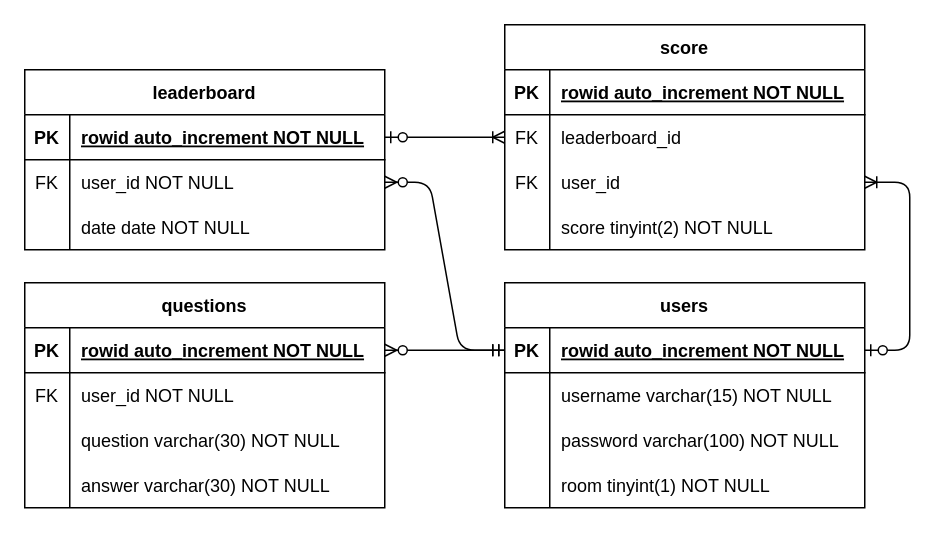
The draw.io diagram evidence/databasePlanning.drawio in hdert/python-dungeons, before the edit. Source tidied: cells renumbered, new cells numbered last; positions are measured from the earlier drawing's top-left corner, leaving out a move shared by most shapes. Both pictures are drawn from the tidied source at 150%, with x=0, y=0 at pixel (24, 24).
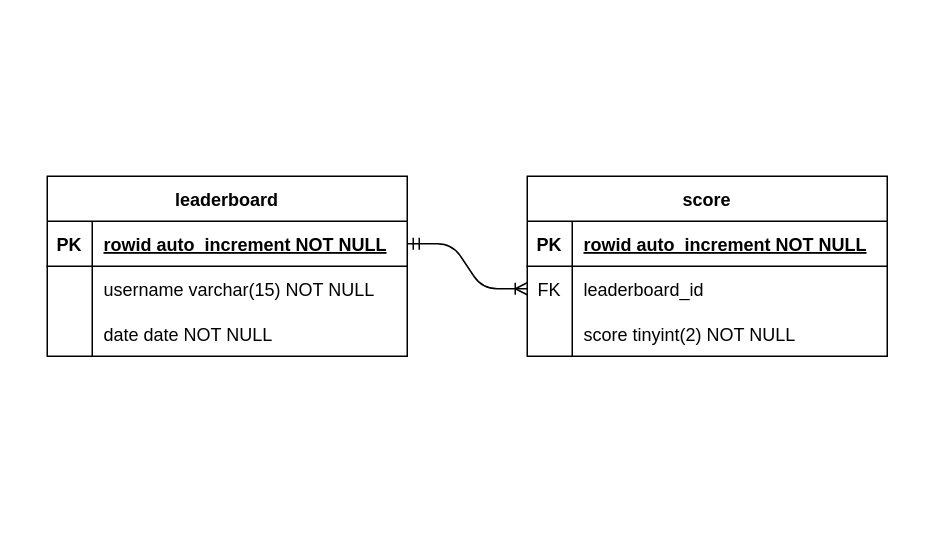
The same diagram, later.

Commit message (it also covers changes not shown here):
do database planning

The change refers to these unchanged cells:
```xml
<mxCell id="46" style="shape=partialRectangle;fillColor=none;top=0;left=0;bottom=1;right=0;points=[[0,0.5],[1,0.5]];portConstraint=eastwest;" parent="45" vertex="1">
  <mxGeometry y="30" width="240" height="30" as="geometry" />
</mxCell>
<mxCell id="49" style="shape=partialRectangle;fillColor=none;top=0;left=0;bottom=0;right=0;points=[[0,0.5],[1,0.5]];portConstraint=eastwest;" parent="45" vertex="1">
  <mxGeometry y="60" width="240" height="30" as="geometry" />
</mxCell>
```

Change to the diagram source:
```diff
@@
-    <mxCell id="2" style="edgeStyle=entityRelationEdgeStyle;fontSize=12;html=1;endArrow=ERzeroToMany;startArrow=ERmandOne;" parent="1" edge="1" source="20" target="49">
-      <mxGeometry relative="1" as="geometry" />
-    </mxCell>
-    <mxCell id="3" style="edgeStyle=entityRelationEdgeStyle;fontSize=12;html=1;endArrow=ERzeroToMany;startArrow=ERmandOne;" parent="1" edge="1" source="20" target="33">
-      <mxGeometry relative="1" as="geometry" />
-    </mxCell>
-    <mxCell id="4" style="edgeStyle=entityRelationEdgeStyle;fontSize=12;html=1;endArrow=ERoneToMany;startArrow=ERzeroToOne;endFill=0;rounded=1;jumpStyle=none;startFill=1;" parent="1" edge="1" source="20" target="13">
-      <mxGeometry relative="1" as="geometry" />
-    </mxCell>
-    <mxCell id="5" style="edgeStyle=entityRelationEdgeStyle;fontSize=12;html=1;endArrow=ERoneToMany;startArrow=ERzeroToOne;endFill=0;startFill=1;" parent="1" edge="1" source="46" target="10">
+    <mxCell id="5" style="edgeStyle=entityRelationEdgeStyle;fontSize=12;html=1;endArrow=ERoneToMany;startArrow=ERmandOne;endFill=0;startFill=0;" parent="1" edge="1" source="46" target="10">
       <mxGeometry relative="1" as="geometry" />
     </mxCell>
-    <mxCell id="6" value="score" style="shape=table;startSize=30;childLayout=tableLayout;rowLines=0;fontStyle=1;align=center;" parent="1" vertex="1">
-      <mxGeometry x="320" width="240" height="150" as="geometry" />
-    </mxCell>
-    <mxCell id="7" style="shape=partialRectangle;fillColor=none;top=0;left=0;bottom=1;right=0;" parent="6" vertex="1">
-      <mxGeometry y="30" width="240" height="30" as="geometry" />
-    </mxCell>
-    <mxCell id="8" value="PK" style="shape=partialRectangle;fillColor=none;top=0;left=0;bottom=0;right=0;fontStyle=1;overflow=hidden;" parent="7" vertex="1">
-      <mxGeometry width="30" height="30" as="geometry" />
-    </mxCell>
-    <mxCell id="9" value="rowid auto_increment NOT NULL" style="shape=partialRectangle;fillColor=none;top=0;left=0;bottom=0;right=0;align=left;spacingLeft=6;fontStyle=5;overflow=hidden;" parent="7" vertex="1">
-      <mxGeometry x="30" width="210" height="30" as="geometry" />
-    </mxCell>
-    <mxCell id="10" style="shape=partialRectangle;fillColor=none;top=0;left=0;bottom=0;right=0;points=[[0,0.5],[1,0.5]];portConstraint=eastwest;" parent="6" vertex="1">
-      <mxGeometry y="60" width="240" height="30" as="geometry" />
-    </mxCell>
-    <mxCell id="11" value="FK" style="shape=partialRectangle;fillColor=none;top=0;left=0;bottom=0;right=0;overflow=hidden;" parent="10" vertex="1">
-      <mxGeometry width="30" height="30" as="geometry" />
-    </mxCell>
-    <mxCell id="12" value="leaderboard_id" style="shape=partialRectangle;fillColor=none;top=0;left=0;bottom=0;right=0;align=left;spacingLeft=6;overflow=hidden;" parent="10" vertex="1">
-      <mxGeometry x="30" width="210" height="30" as="geometry" />
-    </mxCell>
-    <mxCell id="13" style="shape=partialRectangle;fillColor=none;top=0;left=0;bottom=0;right=0;points=[[0,0.5],[1,0.5]];portConstraint=eastwest;" parent="6" vertex="1">
-      <mxGeometry y="90" width="240" height="30" as="geometry" />
-    </mxCell>
-    <mxCell id="14" value="FK" style="shape=partialRectangle;fillColor=none;top=0;left=0;bottom=0;right=0;overflow=hidden;" parent="13" vertex="1">
-      <mxGeometry width="30" height="30" as="geometry" />
-    </mxCell>
-    <mxCell id="15" value="user_id" style="shape=partialRectangle;fillColor=none;top=0;left=0;bottom=0;right=0;align=left;spacingLeft=6;overflow=hidden;" parent="13" vertex="1">
-      <mxGeometry x="30" width="210" height="30" as="geometry" />
-    </mxCell>
-    <mxCell id="16" style="shape=partialRectangle;fillColor=none;top=0;left=0;bottom=0;right=0;" parent="6" vertex="1">
-      <mxGeometry y="120" width="240" height="30" as="geometry" />
-    </mxCell>
-    <mxCell id="17" style="shape=partialRectangle;fillColor=none;top=0;left=0;bottom=0;right=0;overflow=hidden;" parent="16" vertex="1">
-      <mxGeometry width="30" height="30" as="geometry" />
-    </mxCell>
-    <mxCell id="18" value="score tinyint(2) NOT NULL" style="shape=partialRectangle;fillColor=none;top=0;left=0;bottom=0;right=0;align=left;spacingLeft=6;overflow=hidden;" parent="16" vertex="1">
-      <mxGeometry x="30" width="210" height="30" as="geometry" />
-    </mxCell>
-    <mxCell id="19" value="users" style="shape=table;startSize=30;childLayout=tableLayout;rowLines=0;fontStyle=1;align=center;" parent="1" vertex="1">
-      <mxGeometry x="320" y="172" width="240" height="150" as="geometry" />
-    </mxCell>
-    <mxCell id="20" style="shape=partialRectangle;fillColor=none;top=0;left=0;bottom=1;right=0;points=[[0,0.5],[1,0.5]];portConstraint=eastwest;" parent="19" vertex="1">
-      <mxGeometry y="30" width="240" height="30" as="geometry" />
-    </mxCell>
-    <mxCell id="21" value="PK" style="shape=partialRectangle;fillColor=none;top=0;left=0;bottom=0;right=0;fontStyle=1;overflow=hidden;" parent="20" vertex="1">
-      <mxGeometry width="30" height="30" as="geometry" />
-    </mxCell>
-    <mxCell id="22" value="rowid auto_increment NOT NULL" style="shape=partialRectangle;fillColor=none;top=0;left=0;bottom=0;right=0;align=left;spacingLeft=6;fontStyle=5;overflow=hidden;" parent="20" vertex="1">
-      <mxGeometry x="30" width="210" height="30" as="geometry" />
-    </mxCell>
-    <mxCell id="23" style="shape=partialRectangle;fillColor=none;top=0;left=0;bottom=0;right=0;" parent="19" vertex="1">
-      <mxGeometry y="60" width="240" height="30" as="geometry" />
-    </mxCell>
-    <mxCell id="24" style="shape=partialRectangle;fillColor=none;top=0;left=0;bottom=0;right=0;overflow=hidden;" parent="23" vertex="1">
-      <mxGeometry width="30" height="30" as="geometry" />
-    </mxCell>
-    <mxCell id="25" value="username varchar(15) NOT NULL" style="shape=partialRectangle;fillColor=none;top=0;left=0;bottom=0;right=0;align=left;spacingLeft=6;overflow=hidden;" parent="23" vertex="1">
-      <mxGeometry x="30" width="210" height="30" as="geometry" />
-    </mxCell>
-    <mxCell id="26" style="shape=partialRectangle;fillColor=none;top=0;left=0;bottom=0;right=0;" parent="19" vertex="1">
-      <mxGeometry y="90" width="240" height="30" as="geometry" />
-    </mxCell>
-    <mxCell id="27" style="shape=partialRectangle;fillColor=none;top=0;left=0;bottom=0;right=0;overflow=hidden;" parent="26" vertex="1">
-      <mxGeometry width="30" height="30" as="geometry" />
-    </mxCell>
-    <mxCell id="28" value="password varchar(100) NOT NULL" style="shape=partialRectangle;fillColor=none;top=0;left=0;bottom=0;right=0;align=left;spacingLeft=6;overflow=hidden;" parent="26" vertex="1">
-      <mxGeometry x="30" width="210" height="30" as="geometry" />
-    </mxCell>
-    <mxCell id="29" style="shape=partialRectangle;fillColor=none;top=0;left=0;bottom=0;right=0;" parent="19" vertex="1">
-      <mxGeometry y="120" width="240" height="30" as="geometry" />
-    </mxCell>
-    <mxCell id="30" style="shape=partialRectangle;fillColor=none;top=0;left=0;bottom=0;right=0;overflow=hidden;" parent="29" vertex="1">
-      <mxGeometry width="30" height="30" as="geometry" />
-    </mxCell>
-    <mxCell id="31" value="room tinyint(1) NOT NULL" style="shape=partialRectangle;fillColor=none;top=0;left=0;bottom=0;right=0;align=left;spacingLeft=6;overflow=hidden;" parent="29" vertex="1">
-      <mxGeometry x="30" width="210" height="30" as="geometry" />
-    </mxCell>
-    <mxCell id="32" value="questions" style="shape=table;startSize=30;childLayout=tableLayout;rowLines=0;fontStyle=1;align=center;" parent="1" vertex="1">
-      <mxGeometry y="172" width="240" height="150" as="geometry" />
-    </mxCell>
-    <mxCell id="33" style="shape=partialRectangle;fillColor=none;top=0;left=0;bottom=1;right=0;points=[[0,0.5],[1,0.5]];portConstraint=eastwest;" parent="32" vertex="1">
-      <mxGeometry y="30" width="240" height="30" as="geometry" />
-    </mxCell>
-    <mxCell id="34" value="PK" style="shape=partialRectangle;fillColor=none;top=0;left=0;bottom=0;right=0;fontStyle=1;overflow=hidden;" parent="33" vertex="1">
-      <mxGeometry width="30" height="30" as="geometry" />
-    </mxCell>
-    <mxCell id="35" value="rowid auto_increment NOT NULL" style="shape=partialRectangle;fillColor=none;top=0;left=0;bottom=0;right=0;align=left;spacingLeft=6;fontStyle=5;overflow=hidden;" parent="33" vertex="1">
-      <mxGeometry x="30" width="210" height="30" as="geometry" />
-    </mxCell>
-    <mxCell id="36" style="shape=partialRectangle;fillColor=none;top=0;left=0;bottom=0;right=0;" parent="32" vertex="1">
-      <mxGeometry y="60" width="240" height="30" as="geometry" />
-    </mxCell>
-    <mxCell id="37" value="FK" style="shape=partialRectangle;fillColor=none;top=0;left=0;bottom=0;right=0;overflow=hidden;" parent="36" vertex="1">
-      <mxGeometry width="30" height="30" as="geometry" />
-    </mxCell>
-    <mxCell id="38" value="user_id NOT NULL" style="shape=partialRectangle;fillColor=none;top=0;left=0;bottom=0;right=0;align=left;spacingLeft=6;overflow=hidden;" parent="36" vertex="1">
-      <mxGeometry x="30" width="210" height="30" as="geometry" />
-    </mxCell>
-    <mxCell id="39" style="shape=partialRectangle;fillColor=none;top=0;left=0;bottom=0;right=0;" parent="32" vertex="1">
-      <mxGeometry y="90" width="240" height="30" as="geometry" />
-    </mxCell>
-    <mxCell id="40" style="shape=partialRectangle;fillColor=none;top=0;left=0;bottom=0;right=0;overflow=hidden;" parent="39" vertex="1">
-      <mxGeometry width="30" height="30" as="geometry" />
-    </mxCell>
-    <mxCell id="41" value="question varchar(30) NOT NULL" style="shape=partialRectangle;fillColor=none;top=0;left=0;bottom=0;right=0;align=left;spacingLeft=6;overflow=hidden;" parent="39" vertex="1">
-      <mxGeometry x="30" width="210" height="30" as="geometry" />
-    </mxCell>
-    <mxCell id="42" style="shape=partialRectangle;fillColor=none;top=0;left=0;bottom=0;right=0;" parent="32" vertex="1">
-      <mxGeometry y="120" width="240" height="30" as="geometry" />
-    </mxCell>
-    <mxCell id="43" style="shape=partialRectangle;fillColor=none;top=0;left=0;bottom=0;right=0;overflow=hidden;" parent="42" vertex="1">
-      <mxGeometry width="30" height="30" as="geometry" />
-    </mxCell>
-    <mxCell id="44" value="answer varchar(30) NOT NULL" style="shape=partialRectangle;fillColor=none;top=0;left=0;bottom=0;right=0;align=left;spacingLeft=6;overflow=hidden;" parent="42" vertex="1">
-      <mxGeometry x="30" width="210" height="30" as="geometry" />
-    </mxCell>
     <mxCell id="45" value="leaderboard" style="shape=table;startSize=30;childLayout=tableLayout;rowLines=0;fontStyle=1;align=center;" parent="1" vertex="1">
-      <mxGeometry y="30" width="240" height="120" as="geometry" />
+      <mxGeometry x="15" y="101" width="240" height="120" as="geometry" />
     </mxCell>
@@
-    <mxCell id="50" value="FK" style="shape=partialRectangle;fillColor=none;top=0;left=0;bottom=0;right=0;overflow=hidden;" parent="49" vertex="1">
+    <mxCell id="50" style="shape=partialRectangle;fillColor=none;top=0;left=0;bottom=0;right=0;overflow=hidden;" parent="49" vertex="1">
       <mxGeometry width="30" height="30" as="geometry" />
     </mxCell>
-    <mxCell id="51" value="user_id NOT NULL" style="shape=partialRectangle;fillColor=none;top=0;left=0;bottom=0;right=0;align=left;spacingLeft=6;overflow=hidden;" parent="49" vertex="1">
+    <mxCell id="51" value="username varchar(15) NOT NULL" style="shape=partialRectangle;fillColor=none;top=0;left=0;bottom=0;right=0;align=left;spacingLeft=6;overflow=hidden;" parent="49" vertex="1">
       <mxGeometry x="30" width="210" height="30" as="geometry" />
     </mxCell>
@@
+    <mxCell id="6" value="score" style="shape=table;startSize=30;childLayout=tableLayout;rowLines=0;fontStyle=1;align=center;" parent="1" vertex="1">
+      <mxGeometry x="335" y="101" width="240" height="120" as="geometry" />
+    </mxCell>
+    <mxCell id="7" style="shape=partialRectangle;fillColor=none;top=0;left=0;bottom=1;right=0;" parent="6" vertex="1">
+      <mxGeometry y="30" width="240" height="30" as="geometry" />
+    </mxCell>
+    <mxCell id="8" value="PK" style="shape=partialRectangle;fillColor=none;top=0;left=0;bottom=0;right=0;fontStyle=1;overflow=hidden;" parent="7" vertex="1">
+      <mxGeometry width="30" height="30" as="geometry" />
+    </mxCell>
+    <mxCell id="9" value="rowid auto_increment NOT NULL" style="shape=partialRectangle;fillColor=none;top=0;left=0;bottom=0;right=0;align=left;spacingLeft=6;fontStyle=5;overflow=hidden;" parent="7" vertex="1">
+      <mxGeometry x="30" width="210" height="30" as="geometry" />
+    </mxCell>
+    <mxCell id="10" style="shape=partialRectangle;fillColor=none;top=0;left=0;bottom=0;right=0;points=[[0,0.5],[1,0.5]];portConstraint=eastwest;" parent="6" vertex="1">
+      <mxGeometry y="60" width="240" height="30" as="geometry" />
+    </mxCell>
+    <mxCell id="11" value="FK" style="shape=partialRectangle;fillColor=none;top=0;left=0;bottom=0;right=0;overflow=hidden;" parent="10" vertex="1">
+      <mxGeometry width="30" height="30" as="geometry" />
+    </mxCell>
+    <mxCell id="12" value="leaderboard_id" style="shape=partialRectangle;fillColor=none;top=0;left=0;bottom=0;right=0;align=left;spacingLeft=6;overflow=hidden;" parent="10" vertex="1">
+      <mxGeometry x="30" width="210" height="30" as="geometry" />
+    </mxCell>
+    <mxCell id="16" style="shape=partialRectangle;fillColor=none;top=0;left=0;bottom=0;right=0;" parent="6" vertex="1">
+      <mxGeometry y="90" width="240" height="30" as="geometry" />
+    </mxCell>
+    <mxCell id="17" style="shape=partialRectangle;fillColor=none;top=0;left=0;bottom=0;right=0;overflow=hidden;" parent="16" vertex="1">
+      <mxGeometry width="30" height="30" as="geometry" />
+    </mxCell>
+    <mxCell id="18" value="score tinyint(2) NOT NULL" style="shape=partialRectangle;fillColor=none;top=0;left=0;bottom=0;right=0;align=left;spacingLeft=6;overflow=hidden;" parent="16" vertex="1">
+      <mxGeometry x="30" width="210" height="30" as="geometry" />
+    </mxCell>
```
